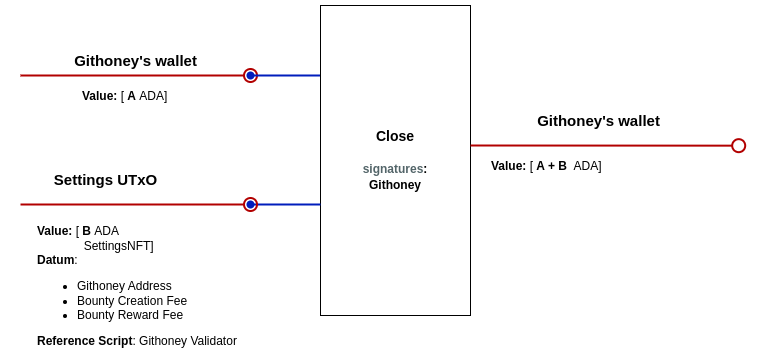
This is docs/img/closeSettings.png from githoney-io/githoney-smart-contract, a draw.io export, as it was before one commit. Source tidied: cells renumbered, new cells last; positions are measured from the earlier drawing's top-left corner, leaving out a move shared by most shapes.
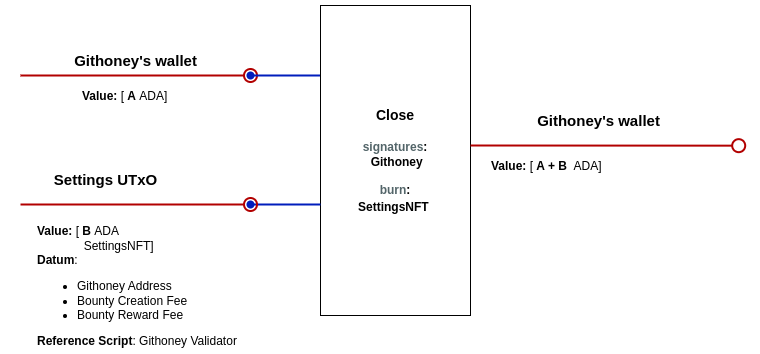
The same diagram one commit later.

Commit message:
close settings with burn in img

Diff of the diagram source:
```diff
@@ -17,7 +17,7 @@
     <mxCell id="4" value="&lt;b&gt;Value: &lt;/b&gt;[&lt;b&gt;&amp;nbsp;A&lt;/b&gt;&amp;nbsp;ADA]" style="text;html=1;strokeColor=none;fillColor=none;align=left;verticalAlign=middle;whiteSpace=wrap;rounded=0;" parent="1" vertex="1">
       <mxGeometry x="60" y="70" width="174" height="41" as="geometry" />
     </mxCell>
-    <mxCell id="5" value="&lt;font style=&quot;&quot;&gt;&lt;span style=&quot;font-weight: bold; font-size: 14px;&quot;&gt;Close&lt;br&gt;&lt;br&gt;&lt;/span&gt;&lt;b&gt;&lt;font color=&quot;#536569&quot;&gt;signatures&lt;/font&gt;:&lt;br&gt;&amp;nbsp;Githoney&amp;nbsp;&lt;/b&gt;&lt;span style=&quot;font-weight: bold; font-size: 14px;&quot;&gt;&lt;br&gt;&lt;/span&gt;&lt;/font&gt;" style="rounded=0;whiteSpace=wrap;html=1;" parent="1" vertex="1">
+    <mxCell id="5" value="&lt;font style=&quot;&quot;&gt;&lt;span style=&quot;font-weight: bold; font-size: 14px;&quot;&gt;Close&lt;br&gt;&lt;br&gt;&lt;/span&gt;&lt;b&gt;&lt;font color=&quot;#536569&quot;&gt;signatures&lt;/font&gt;:&lt;br&gt;&amp;nbsp;Githoney&lt;br&gt;&lt;br&gt;&lt;/b&gt;&lt;b&gt;&lt;font color=&quot;#536569&quot;&gt;burn&lt;/font&gt;&lt;/b&gt;&lt;b&gt;:&lt;br&gt;SettingsNFT&amp;nbsp;&lt;/b&gt;&lt;span style=&quot;font-weight: bold; font-size: 14px;&quot;&gt;&lt;br&gt;&lt;/span&gt;&lt;/font&gt;" style="rounded=0;whiteSpace=wrap;html=1;" parent="1" vertex="1">
       <mxGeometry x="300" width="150" height="310" as="geometry" />
     </mxCell>
     <mxCell id="6" value="&lt;font style=&quot;font-size: 15px;&quot;&gt;&lt;b style=&quot;font-size: 12px;&quot;&gt;&lt;font style=&quot;font-size: 15px;&quot;&gt;Githoney's wallet&lt;/font&gt;&lt;/b&gt;&lt;b&gt;&lt;br&gt;&lt;/b&gt;&lt;/font&gt;" style="text;html=1;align=center;verticalAlign=middle;strokeColor=none;fillColor=none;" parent="1" vertex="1">
```
